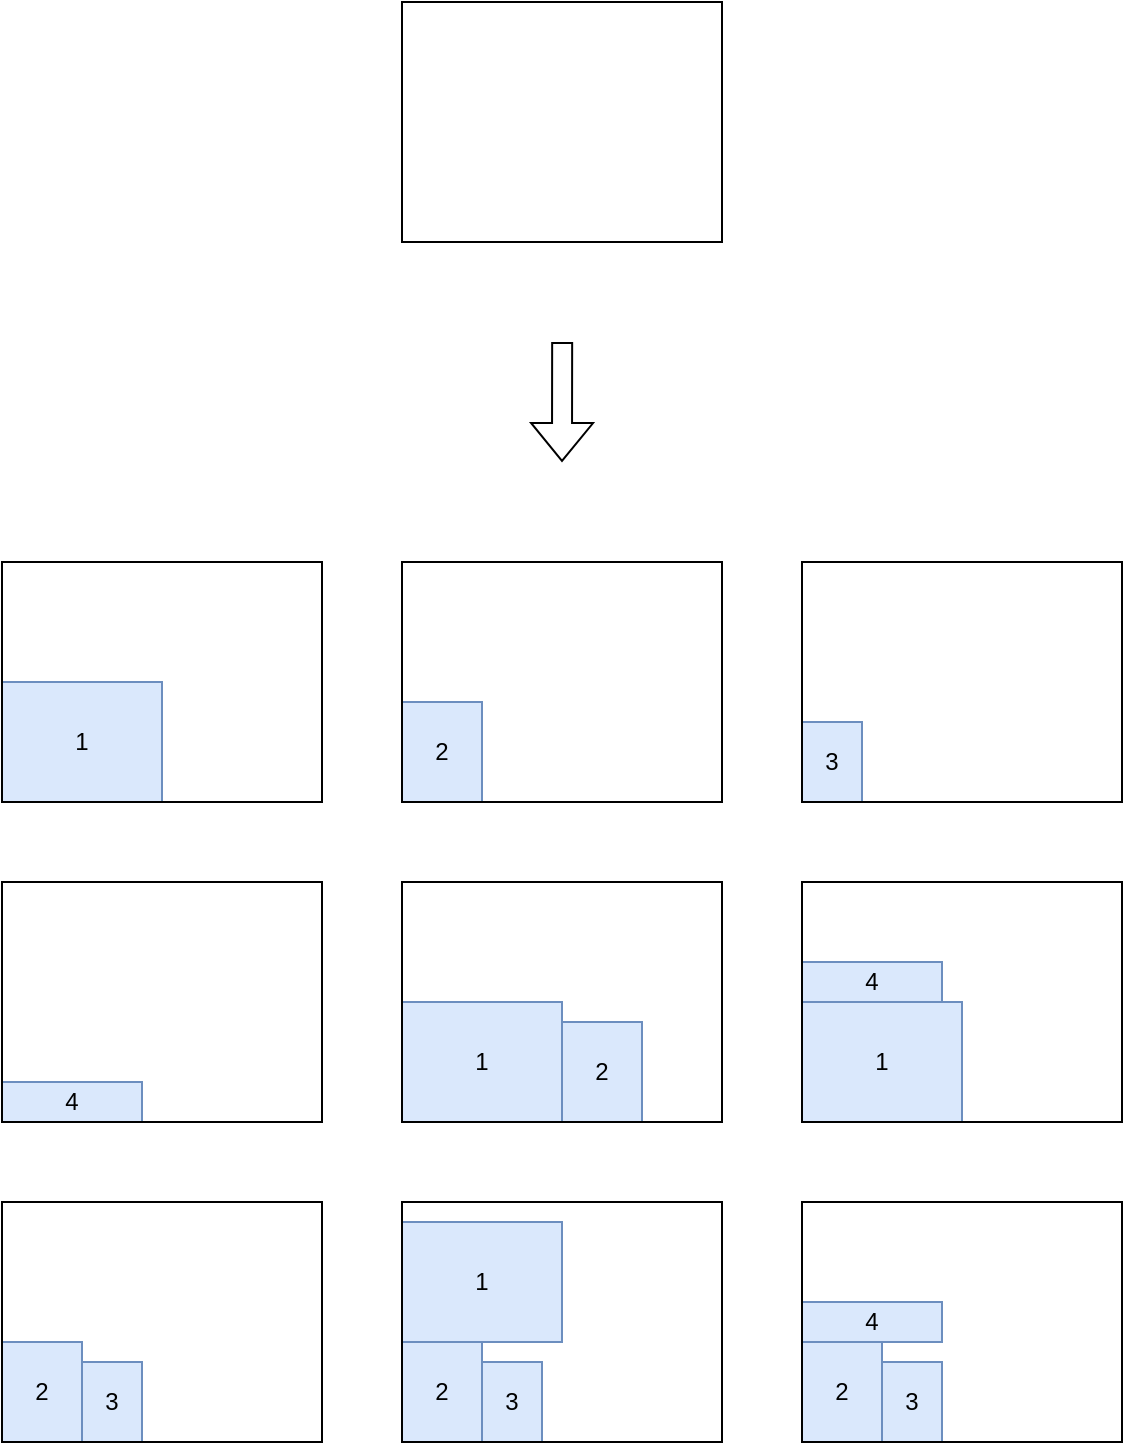
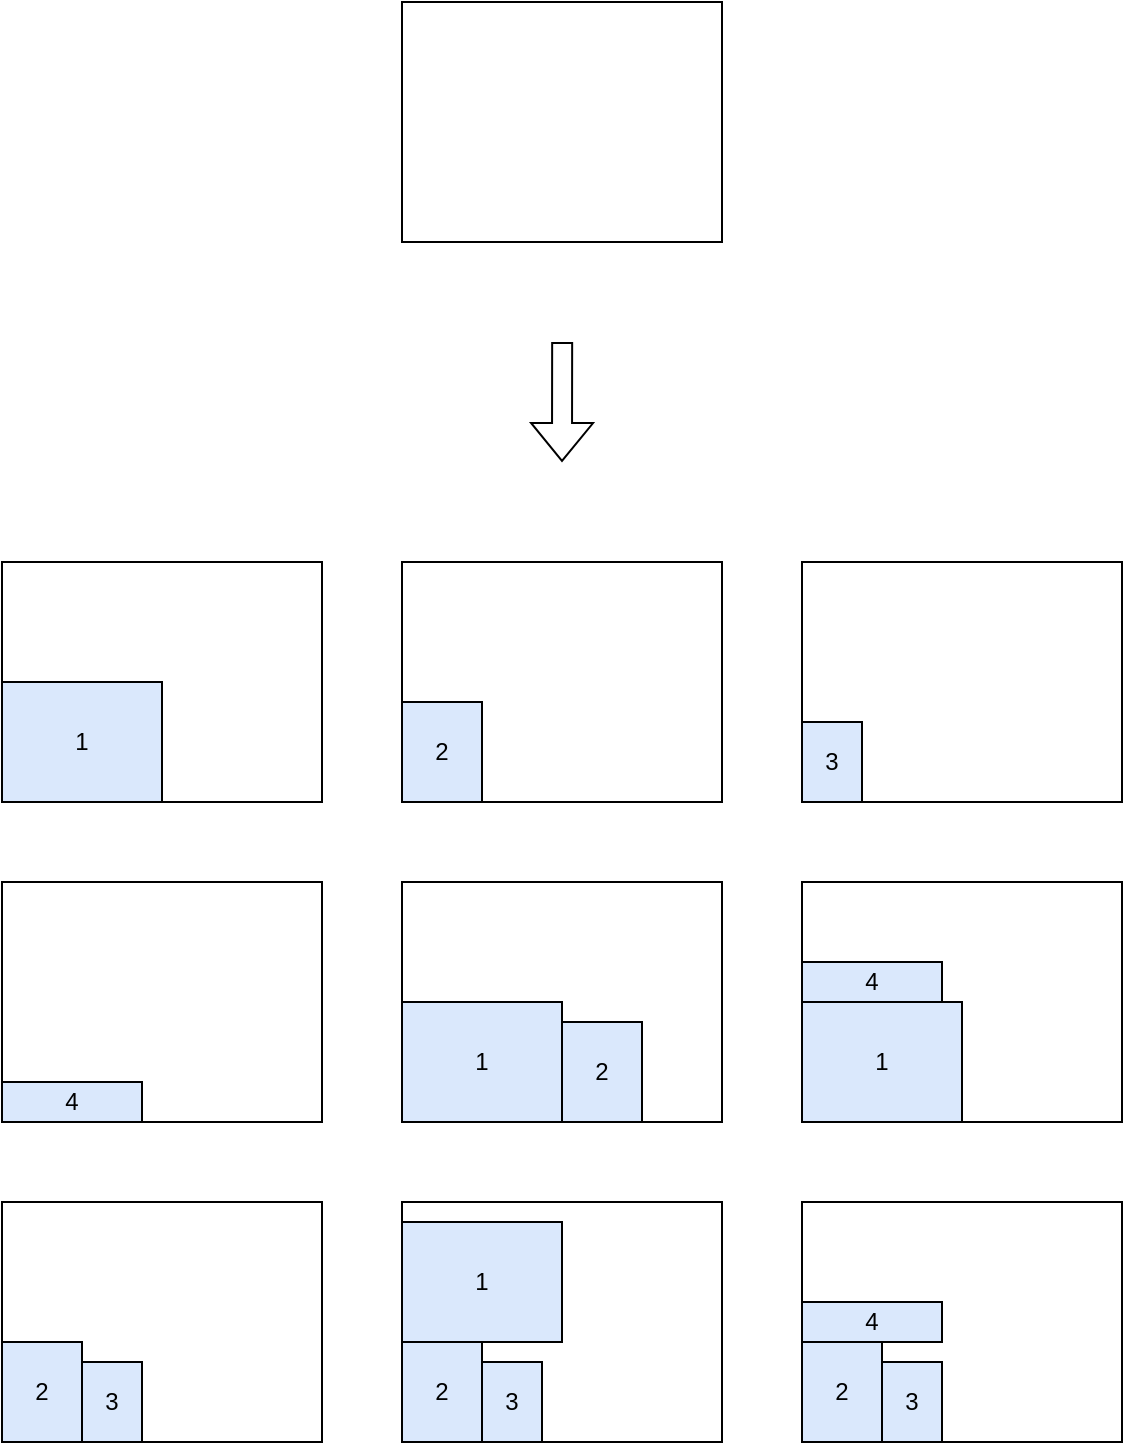
<mxfile host="Electron" agent="5.0 (Windows NT 10.0; Win64; x64) AppleWebKit/537.36 (KHTML, like Gecko) draw.io/14.5.1 Chrome/89.0.4389.82 Electron/12.0.1 Safari/537.36">
  <diagram name="Page-1" id="02KkKBvZYiK5bZEBiGTV">
    <mxGraphModel dx="2934" dy="2405" grid="1" gridSize="10" guides="1" tooltips="1" connect="1" arrows="1" fold="1" page="1" pageScale="1" pageWidth="827" pageHeight="1169" math="0" shadow="0">
      <root>
        <mxCell id="0" />
        <mxCell id="1" parent="0" />
-         <mxCell id="o4o6MwdlSY0Pu_kK7GNF-5" parent="1" style="rounded=0;whiteSpace=wrap;html=1;fillColor=#dae8fc;strokeColor=#6c8ebf;" value="2" vertex="1">
+         <mxCell id="o4o6MwdlSY0Pu_kK7GNF-5" parent="1" style="rounded=0;whiteSpace=wrap;html=1;fillColor=#dae8fc;strokeColor=#000000;" value="2" vertex="1">
          <mxGeometry height="50" width="40" x="40" y="-170" as="geometry" />
        </mxCell>
-         <mxCell id="o4o6MwdlSY0Pu_kK7GNF-6" parent="1" style="rounded=0;whiteSpace=wrap;html=1;fillColor=#dae8fc;strokeColor=#6c8ebf;" value="3" vertex="1">
+         <mxCell id="o4o6MwdlSY0Pu_kK7GNF-6" parent="1" style="rounded=0;whiteSpace=wrap;html=1;fillColor=#dae8fc;strokeColor=#000000;" value="3" vertex="1">
          <mxGeometry height="40" width="30" x="80" y="-160" as="geometry" />
        </mxCell>
-         <mxCell id="o4o6MwdlSY0Pu_kK7GNF-7" parent="1" style="rounded=0;whiteSpace=wrap;html=1;fillColor=#dae8fc;strokeColor=#6c8ebf;" value="1" vertex="1">
+         <mxCell id="o4o6MwdlSY0Pu_kK7GNF-7" parent="1" style="rounded=0;whiteSpace=wrap;html=1;fillColor=#dae8fc;strokeColor=#000000;" value="1" vertex="1">
          <mxGeometry height="60" width="80" x="40" y="-500" as="geometry" />
        </mxCell>
-         <mxCell id="o4o6MwdlSY0Pu_kK7GNF-8" parent="1" style="rounded=0;whiteSpace=wrap;html=1;fillColor=#dae8fc;strokeColor=#6c8ebf;" value="2" vertex="1">
+         <mxCell id="o4o6MwdlSY0Pu_kK7GNF-8" parent="1" style="rounded=0;whiteSpace=wrap;html=1;fillColor=#dae8fc;strokeColor=#000000;" value="2" vertex="1">
          <mxGeometry height="50" width="40" x="240" y="-490" as="geometry" />
        </mxCell>
-         <mxCell id="o4o6MwdlSY0Pu_kK7GNF-9" parent="1" style="rounded=0;whiteSpace=wrap;html=1;fillColor=#dae8fc;strokeColor=#6c8ebf;" value="3" vertex="1">
+         <mxCell id="o4o6MwdlSY0Pu_kK7GNF-9" parent="1" style="rounded=0;whiteSpace=wrap;html=1;fillColor=#dae8fc;strokeColor=#000000;" value="3" vertex="1">
          <mxGeometry height="40" width="30" x="440" y="-480" as="geometry" />
        </mxCell>
-         <mxCell id="o4o6MwdlSY0Pu_kK7GNF-10" parent="1" style="rounded=0;whiteSpace=wrap;html=1;fillColor=#dae8fc;strokeColor=#6c8ebf;" value="1" vertex="1">
+         <mxCell id="o4o6MwdlSY0Pu_kK7GNF-10" parent="1" style="rounded=0;whiteSpace=wrap;html=1;fillColor=#dae8fc;strokeColor=#000000;" value="1" vertex="1">
          <mxGeometry height="60" width="80" x="240" y="-340" as="geometry" />
        </mxCell>
-         <mxCell id="o4o6MwdlSY0Pu_kK7GNF-11" parent="1" style="rounded=0;whiteSpace=wrap;html=1;fillColor=#dae8fc;strokeColor=#6c8ebf;" value="2" vertex="1">
+         <mxCell id="o4o6MwdlSY0Pu_kK7GNF-11" parent="1" style="rounded=0;whiteSpace=wrap;html=1;fillColor=#dae8fc;strokeColor=#000000;" value="2" vertex="1">
          <mxGeometry height="50" width="40" x="320" y="-330" as="geometry" />
        </mxCell>
-         <mxCell id="o4o6MwdlSY0Pu_kK7GNF-12" parent="1" style="rounded=0;whiteSpace=wrap;html=1;fillColor=#dae8fc;strokeColor=#6c8ebf;" value="2" vertex="1">
+         <mxCell id="o4o6MwdlSY0Pu_kK7GNF-12" parent="1" style="rounded=0;whiteSpace=wrap;html=1;fillColor=#dae8fc;strokeColor=#000000;" value="2" vertex="1">
          <mxGeometry height="50" width="40" x="240" y="-170" as="geometry" />
        </mxCell>
-         <mxCell id="o4o6MwdlSY0Pu_kK7GNF-13" parent="1" style="rounded=0;whiteSpace=wrap;html=1;fillColor=#dae8fc;strokeColor=#6c8ebf;" value="3" vertex="1">
+         <mxCell id="o4o6MwdlSY0Pu_kK7GNF-13" parent="1" style="rounded=0;whiteSpace=wrap;html=1;fillColor=#dae8fc;strokeColor=#000000;" value="3" vertex="1">
          <mxGeometry height="40" width="30" x="280" y="-160" as="geometry" />
        </mxCell>
-         <mxCell id="o4o6MwdlSY0Pu_kK7GNF-14" parent="1" style="rounded=0;whiteSpace=wrap;html=1;fillColor=#dae8fc;strokeColor=#6c8ebf;" value="1" vertex="1">
+         <mxCell id="o4o6MwdlSY0Pu_kK7GNF-14" parent="1" style="rounded=0;whiteSpace=wrap;html=1;fillColor=#dae8fc;strokeColor=#000000;" value="1" vertex="1">
          <mxGeometry height="60" width="80" x="240" y="-230" as="geometry" />
        </mxCell>
-         <mxCell id="o4o6MwdlSY0Pu_kK7GNF-16" parent="1" style="rounded=0;whiteSpace=wrap;html=1;fillColor=#dae8fc;strokeColor=#6c8ebf;" value="4" vertex="1">
+         <mxCell id="o4o6MwdlSY0Pu_kK7GNF-16" parent="1" style="rounded=0;whiteSpace=wrap;html=1;fillColor=#dae8fc;strokeColor=#000000;" value="4" vertex="1">
          <mxGeometry height="20" width="70" x="40" y="-300" as="geometry" />
        </mxCell>
-         <mxCell id="o4o6MwdlSY0Pu_kK7GNF-17" parent="1" style="rounded=0;whiteSpace=wrap;html=1;fillColor=#dae8fc;strokeColor=#6c8ebf;" value="1" vertex="1">
+         <mxCell id="o4o6MwdlSY0Pu_kK7GNF-17" parent="1" style="rounded=0;whiteSpace=wrap;html=1;fillColor=#dae8fc;strokeColor=#000000;" value="1" vertex="1">
          <mxGeometry height="60" width="80" x="440" y="-340" as="geometry" />
        </mxCell>
-         <mxCell id="o4o6MwdlSY0Pu_kK7GNF-18" parent="1" style="rounded=0;whiteSpace=wrap;html=1;fillColor=#dae8fc;strokeColor=#6c8ebf;" value="4" vertex="1">
+         <mxCell id="o4o6MwdlSY0Pu_kK7GNF-18" parent="1" style="rounded=0;whiteSpace=wrap;html=1;fillColor=#dae8fc;strokeColor=#000000;" value="4" vertex="1">
          <mxGeometry height="20" width="70" x="440" y="-360" as="geometry" />
        </mxCell>
-         <mxCell id="o4o6MwdlSY0Pu_kK7GNF-19" parent="1" style="rounded=0;whiteSpace=wrap;html=1;fillColor=#dae8fc;strokeColor=#6c8ebf;" value="2" vertex="1">
+         <mxCell id="o4o6MwdlSY0Pu_kK7GNF-19" parent="1" style="rounded=0;whiteSpace=wrap;html=1;fillColor=#dae8fc;strokeColor=#000000;" value="2" vertex="1">
          <mxGeometry height="50" width="40" x="440" y="-170" as="geometry" />
        </mxCell>
-         <mxCell id="o4o6MwdlSY0Pu_kK7GNF-20" parent="1" style="rounded=0;whiteSpace=wrap;html=1;fillColor=#dae8fc;strokeColor=#6c8ebf;" value="3" vertex="1">
+         <mxCell id="o4o6MwdlSY0Pu_kK7GNF-20" parent="1" style="rounded=0;whiteSpace=wrap;html=1;fillColor=#dae8fc;strokeColor=#000000;" value="3" vertex="1">
          <mxGeometry height="40" width="30" x="480" y="-160" as="geometry" />
        </mxCell>
-         <mxCell id="o4o6MwdlSY0Pu_kK7GNF-22" parent="1" style="rounded=0;whiteSpace=wrap;html=1;fillColor=#dae8fc;strokeColor=#6c8ebf;" value="4" vertex="1">
+         <mxCell id="o4o6MwdlSY0Pu_kK7GNF-22" parent="1" style="rounded=0;whiteSpace=wrap;html=1;fillColor=#dae8fc;strokeColor=#000000;" value="4" vertex="1">
          <mxGeometry height="20" width="70" x="440" y="-190" as="geometry" />
        </mxCell>
        <mxCell id="uKzleN3G7a6z0qNrn_cC-1" parent="1" style="rounded=0;whiteSpace=wrap;html=1;" value="" vertex="1">
          <mxGeometry height="120" width="160" x="240" y="-840" as="geometry" />
        </mxCell>
        <mxCell id="uKzleN3G7a6z0qNrn_cC-2" edge="1" parent="1" style="shape=flexArrow;endArrow=classic;html=1;rounded=0;" value="">
          <mxGeometry height="50" relative="1" width="50" as="geometry">
            <mxPoint x="320.08" y="-670" as="sourcePoint" />
            <mxPoint x="320" y="-610" as="targetPoint" />
          </mxGeometry>
        </mxCell>
-         <mxCell id="uKzleN3G7a6z0qNrn_cC-3" parent="1" style="rounded=0;whiteSpace=wrap;html=1;fillColor=none;" value="" vertex="1">
+         <mxCell id="uKzleN3G7a6z0qNrn_cC-3" parent="1" style="rounded=0;whiteSpace=wrap;html=1;fillColor=none;strokeColor=#000000;" value="" vertex="1">
          <mxGeometry height="120" width="160" x="40" y="-560" as="geometry" />
        </mxCell>
-         <mxCell id="uKzleN3G7a6z0qNrn_cC-5" parent="1" style="rounded=0;whiteSpace=wrap;html=1;fillColor=none;" value="" vertex="1">
+         <mxCell id="uKzleN3G7a6z0qNrn_cC-5" parent="1" style="rounded=0;whiteSpace=wrap;html=1;fillColor=none;strokeColor=#000000;" value="" vertex="1">
          <mxGeometry height="120" width="160" x="240" y="-560" as="geometry" />
        </mxCell>
-         <mxCell id="uKzleN3G7a6z0qNrn_cC-6" parent="1" style="rounded=0;whiteSpace=wrap;html=1;fillColor=none;" value="" vertex="1">
+         <mxCell id="uKzleN3G7a6z0qNrn_cC-6" parent="1" style="rounded=0;whiteSpace=wrap;html=1;fillColor=none;strokeColor=#000000;" value="" vertex="1">
          <mxGeometry height="120" width="160" x="440" y="-560" as="geometry" />
        </mxCell>
-         <mxCell id="uKzleN3G7a6z0qNrn_cC-7" parent="1" style="rounded=0;whiteSpace=wrap;html=1;fillColor=none;" value="" vertex="1">
+         <mxCell id="uKzleN3G7a6z0qNrn_cC-7" parent="1" style="rounded=0;whiteSpace=wrap;html=1;fillColor=none;strokeColor=#000000;" value="" vertex="1">
          <mxGeometry height="120" width="160" x="40" y="-400" as="geometry" />
        </mxCell>
-         <mxCell id="uKzleN3G7a6z0qNrn_cC-8" parent="1" style="rounded=0;whiteSpace=wrap;html=1;fillColor=none;" value="" vertex="1">
+         <mxCell id="uKzleN3G7a6z0qNrn_cC-8" parent="1" style="rounded=0;whiteSpace=wrap;html=1;fillColor=none;strokeColor=#000000;" value="" vertex="1">
          <mxGeometry height="120" width="160" x="240" y="-400" as="geometry" />
        </mxCell>
-         <mxCell id="uKzleN3G7a6z0qNrn_cC-9" parent="1" style="rounded=0;whiteSpace=wrap;html=1;fillColor=none;" value="" vertex="1">
+         <mxCell id="uKzleN3G7a6z0qNrn_cC-9" parent="1" style="rounded=0;whiteSpace=wrap;html=1;fillColor=none;strokeColor=#000000;" value="" vertex="1">
          <mxGeometry height="120" width="160" x="440" y="-400" as="geometry" />
        </mxCell>
-         <mxCell id="uKzleN3G7a6z0qNrn_cC-11" parent="1" style="rounded=0;whiteSpace=wrap;html=1;fillColor=none;" value="" vertex="1">
+         <mxCell id="uKzleN3G7a6z0qNrn_cC-11" parent="1" style="rounded=0;whiteSpace=wrap;html=1;fillColor=none;strokeColor=#000000;" value="" vertex="1">
          <mxGeometry height="120" width="160" x="40" y="-240" as="geometry" />
        </mxCell>
-         <mxCell id="uKzleN3G7a6z0qNrn_cC-12" parent="1" style="rounded=0;whiteSpace=wrap;html=1;fillColor=none;" value="" vertex="1">
+         <mxCell id="uKzleN3G7a6z0qNrn_cC-12" parent="1" style="rounded=0;whiteSpace=wrap;html=1;fillColor=none;strokeColor=#000000;" value="" vertex="1">
          <mxGeometry height="120" width="160" x="240" y="-240" as="geometry" />
        </mxCell>
-         <mxCell id="uKzleN3G7a6z0qNrn_cC-13" parent="1" style="rounded=0;whiteSpace=wrap;html=1;fillColor=none;" value="" vertex="1">
+         <mxCell id="uKzleN3G7a6z0qNrn_cC-13" parent="1" style="rounded=0;whiteSpace=wrap;html=1;fillColor=none;strokeColor=#000000;" value="" vertex="1">
          <mxGeometry height="120" width="160" x="440" y="-240" as="geometry" />
        </mxCell>
      </root>
    </mxGraphModel>
  </diagram>
</mxfile>
